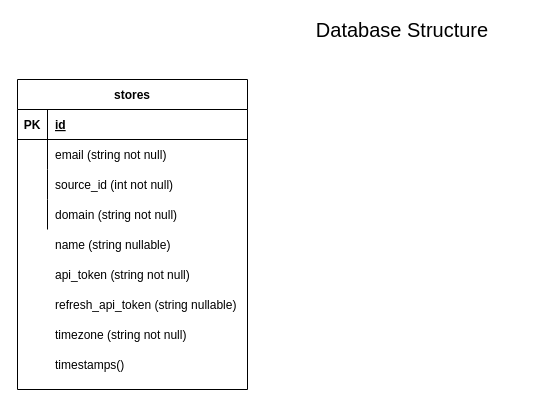
Above: RechargeClassDiagram.drawio in alexrsunrise/diagrams (draw.io), before the change. Source tidied: cells renumbered, new cells numbered last; positions are measured from the earlier drawing's top-left corner, leaving out a move shared by most shapes. Both pictures are drawn from the tidied source at 100%, with x=0, y=0 at pixel (17, 19).
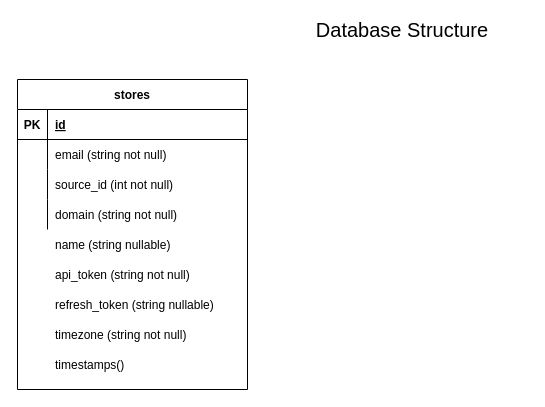
After the change.

Change to the diagram source:
```diff
@@
-    <mxCell id="18" value="refresh_api_token (string nullable)" style="shape=partialRectangle;fillColor=none;top=0;left=0;bottom=0;right=0;align=left;spacingLeft=6;overflow=hidden;" parent="1" vertex="1">
+    <mxCell id="18" value="refresh_token (string nullable)" style="shape=partialRectangle;fillColor=none;top=0;left=0;bottom=0;right=0;align=left;spacingLeft=6;overflow=hidden;" parent="1" vertex="1">
       <mxGeometry x="30" y="270" width="200" height="30" as="geometry" />
     </mxCell>
```
